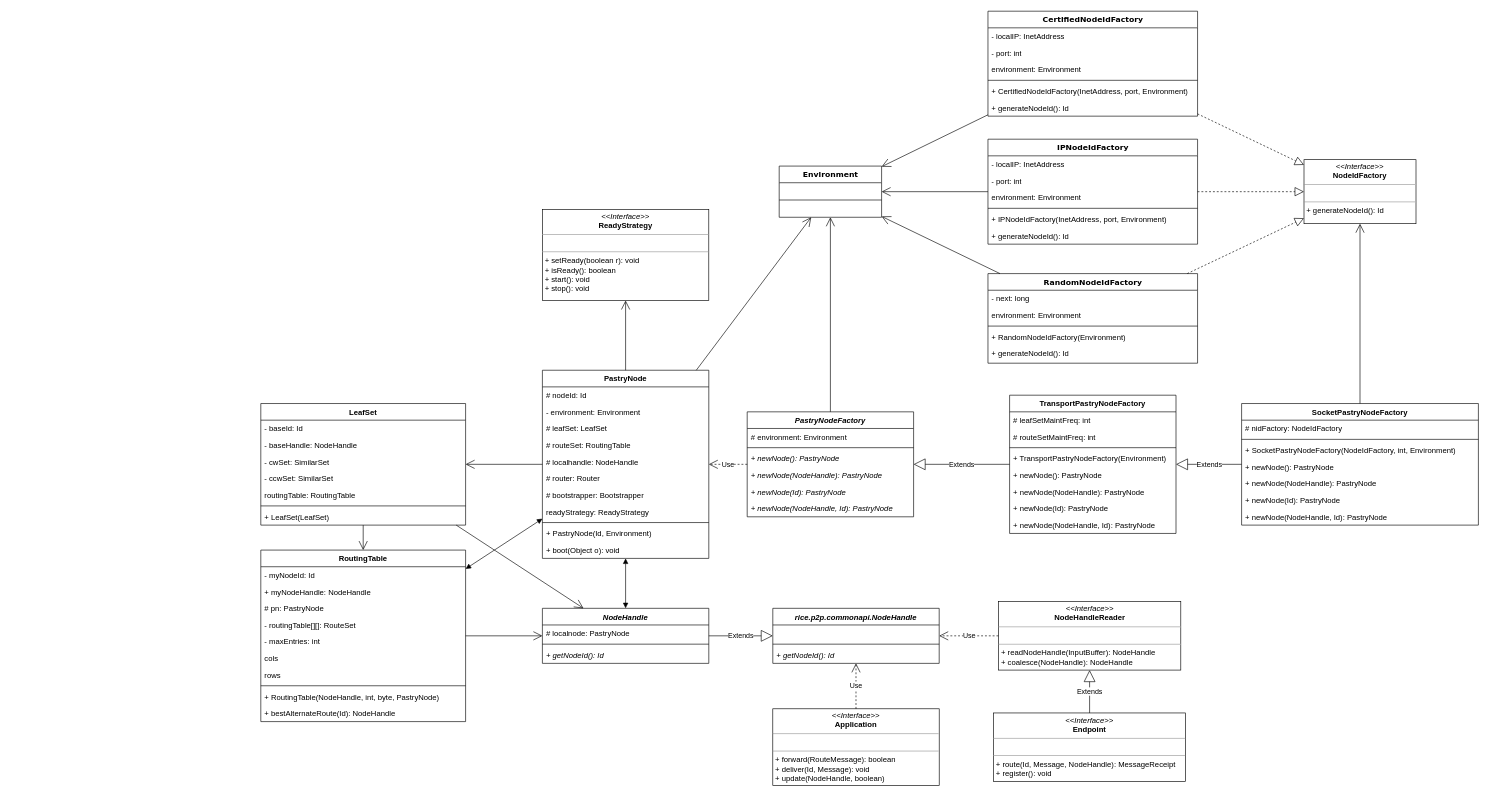
Before: Untitled Diagram.drawio in OneOverThree/PastryTest, a draw.io diagram. Source tidied: cells renumbered, new cells numbered last; positions are measured from the earlier drawing's top-left corner, leaving out a move shared by most shapes. Both pictures are drawn from the tidied source at 64%, with x=0, y=0 at pixel (260, 11).
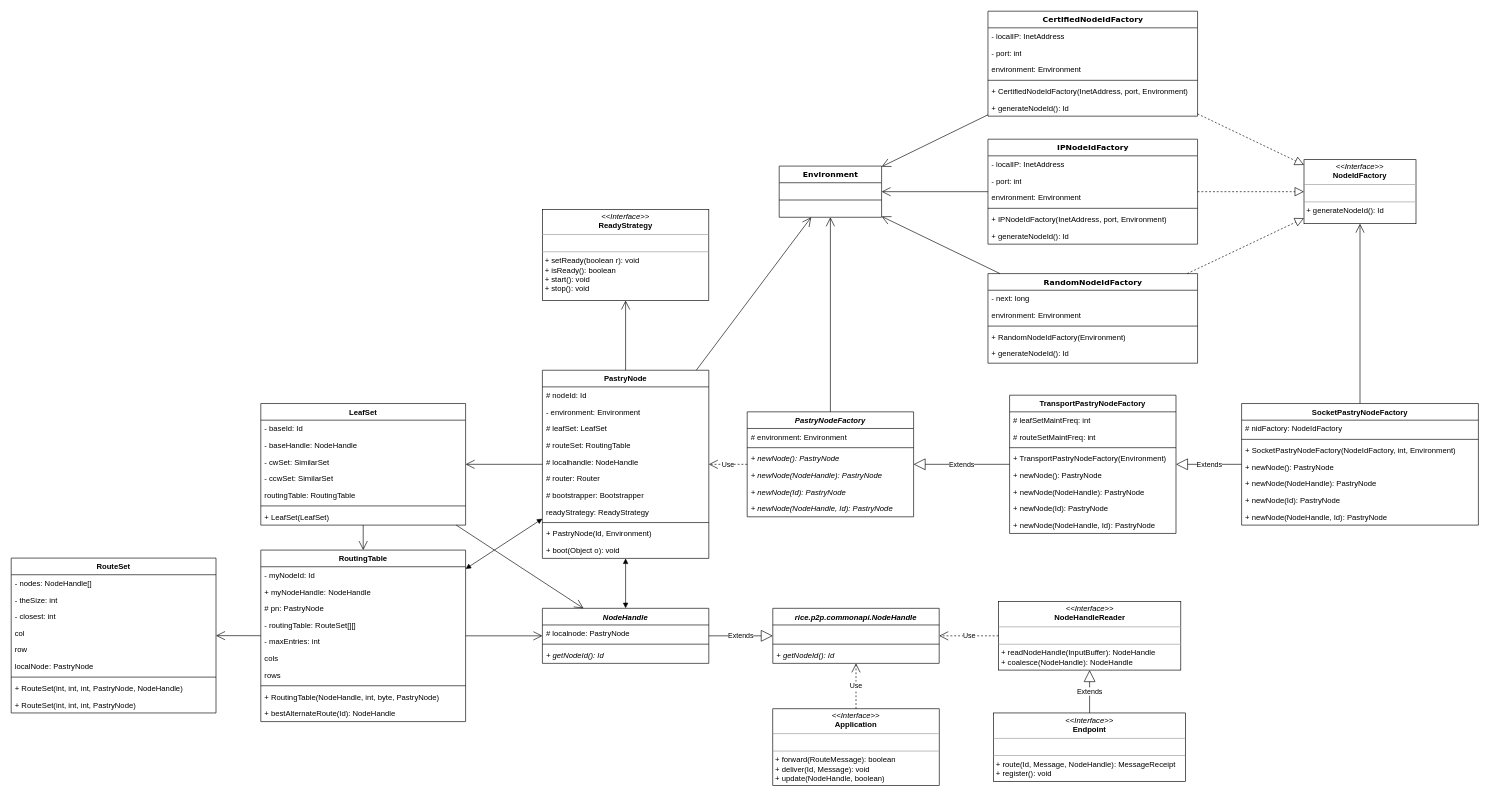
After the change.

The change refers to these unchanged cells:
```xml
<mxCell id="90" value="RoutingTable" style="swimlane;fontStyle=1;align=center;verticalAlign=top;horizontal=1;startSize=26;" parent="1" vertex="1">
  <mxGeometry y="842" width="320" height="268" as="geometry" />
</mxCell>
```

What changed in the source:
```diff
@@
-    <mxCell id="94" value="- routingTable[][]: RouteSet" style="text;strokeColor=none;fillColor=none;align=left;verticalAlign=top;spacingLeft=4;spacingRight=4;overflow=hidden;" parent="90" vertex="1">
+    <mxCell id="94" value="- routingTable: RouteSet[][]" style="text;strokeColor=none;fillColor=none;align=left;verticalAlign=top;spacingLeft=4;spacingRight=4;overflow=hidden;" parent="90" vertex="1">
       <mxGeometry y="104" width="320" height="26" as="geometry" />
     </mxCell>
@@
+    <mxCell id="115" value="RouteSet" style="swimlane;fontStyle=1;align=center;verticalAlign=top;horizontal=1;startSize=26;" parent="1" vertex="1">
+      <mxGeometry x="-390" y="854.5" width="320" height="242" as="geometry" />
+    </mxCell>
+    <mxCell id="116" value="- nodes: NodeHandle[]" style="text;strokeColor=none;fillColor=none;align=left;verticalAlign=top;spacingLeft=4;spacingRight=4;overflow=hidden;" parent="115" vertex="1">
+      <mxGeometry y="26" width="320" height="26" as="geometry" />
+    </mxCell>
+    <mxCell id="117" value="- theSize: int" style="text;strokeColor=none;fillColor=none;align=left;verticalAlign=top;spacingLeft=4;spacingRight=4;overflow=hidden;" parent="115" vertex="1">
+      <mxGeometry y="52" width="320" height="26" as="geometry" />
+    </mxCell>
+    <mxCell id="118" value="- closest: int" style="text;strokeColor=none;fillColor=none;align=left;verticalAlign=top;spacingLeft=4;spacingRight=4;overflow=hidden;" parent="115" vertex="1">
+      <mxGeometry y="78" width="320" height="26" as="geometry" />
+    </mxCell>
+    <mxCell id="119" value="col" style="text;strokeColor=none;fillColor=none;align=left;verticalAlign=top;spacingLeft=4;spacingRight=4;overflow=hidden;" parent="115" vertex="1">
+      <mxGeometry y="104" width="320" height="26" as="geometry" />
+    </mxCell>
+    <mxCell id="120" value="row" style="text;strokeColor=none;fillColor=none;align=left;verticalAlign=top;spacingLeft=4;spacingRight=4;overflow=hidden;" parent="115" vertex="1">
+      <mxGeometry y="130" width="320" height="26" as="geometry" />
+    </mxCell>
+    <mxCell id="121" value="localNode: PastryNode" style="text;strokeColor=none;fillColor=none;align=left;verticalAlign=top;spacingLeft=4;spacingRight=4;overflow=hidden;" parent="115" vertex="1">
+      <mxGeometry y="156" width="320" height="26" as="geometry" />
+    </mxCell>
+    <mxCell id="122" style="line;strokeWidth=1;fillColor=none;align=left;verticalAlign=middle;spacingTop=-1;spacingLeft=3;spacingRight=3;labelPosition=right;strokeColor=inherit;" parent="115" vertex="1">
+      <mxGeometry y="182" width="320" height="8" as="geometry" />
+    </mxCell>
+    <mxCell id="123" value="+ RouteSet(int, int, int, PastryNode, NodeHandle)" style="text;strokeColor=none;fillColor=none;align=left;verticalAlign=top;spacingLeft=4;spacingRight=4;overflow=hidden;fontStyle=0;" parent="115" vertex="1">
+      <mxGeometry y="190" width="320" height="26" as="geometry" />
+    </mxCell>
+    <mxCell id="124" value="+ RouteSet(int, int, int, PastryNode)" style="text;strokeColor=none;fillColor=none;align=left;verticalAlign=top;spacingLeft=4;spacingRight=4;overflow=hidden;fontStyle=0;" parent="115" vertex="1">
+      <mxGeometry y="216" width="320" height="26" as="geometry" />
+    </mxCell>
+    <mxCell id="125" style="endArrow=open;endFill=1;endSize=12;html=1;rounded=0;" parent="1" edge="1" source="90" target="115">
+      <mxGeometry relative="1" as="geometry" />
+    </mxCell>
```
